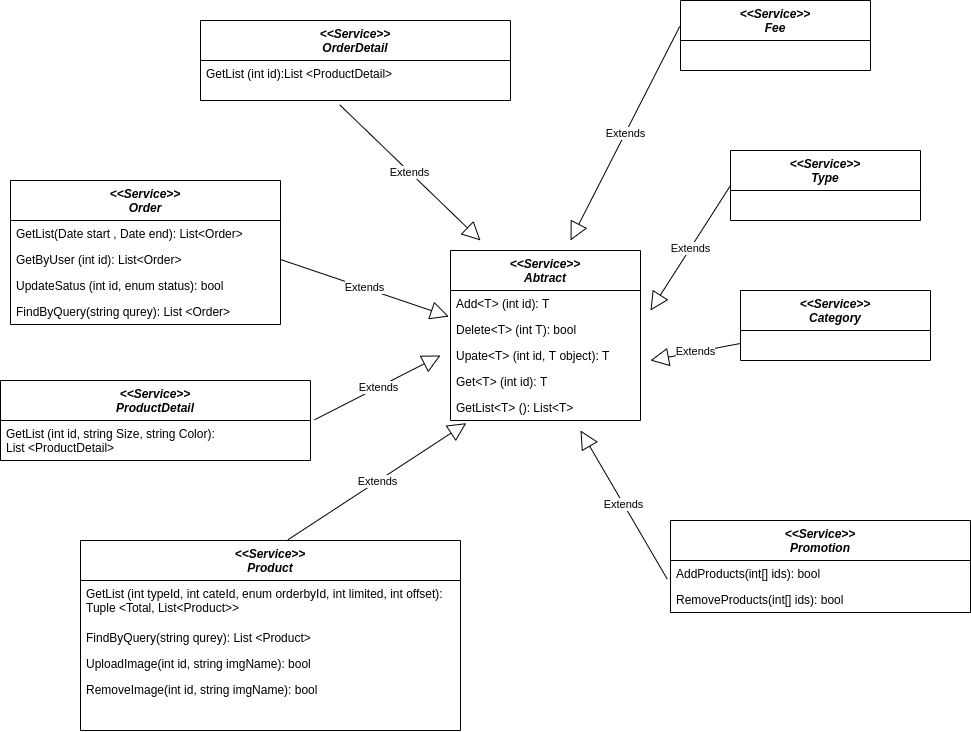
The draw.io diagram docs/service diagram.png in vtoan/fashion-ecom-ns, before a commit. Source tidied: cells renumbered, new cells last; positions are measured from the earlier drawing's top-left corner, leaving out a move shared by most shapes. Its diagram source:
```xml
<mxGraphModel>
  <root>
    <mxCell id="0" />
    <mxCell id="1" parent="0" />
    <mxCell id="2" value="&lt;&lt;Service&gt;&gt;&#10;Product" style="swimlane;fontStyle=3;align=center;verticalAlign=top;horizontal=1;startSize=40;rounded=0;shadow=0;strokeWidth=1;" parent="1" vertex="1">
      <mxGeometry x="80" y="540" width="380" height="190" as="geometry" />
    </mxCell>
    <mxCell id="3" value="GetList (int typeId, int cateId, enum orderbyId, int limited, int offset): &#10;Tuple &lt;Total, List&lt;Product&gt;&gt;" style="text;align=left;verticalAlign=top;spacingLeft=4;spacingRight=4;overflow=hidden;" parent="2" vertex="1">
      <mxGeometry y="40" width="380" height="44" as="geometry" />
    </mxCell>
    <mxCell id="4" value="FindByQuery(string qurey): List &lt;Product&gt;" style="text;align=left;verticalAlign=top;spacingLeft=4;spacingRight=4;overflow=hidden;rounded=0;shadow=0;html=0;" parent="2" vertex="1">
      <mxGeometry y="84" width="380" height="26" as="geometry" />
    </mxCell>
    <mxCell id="5" value="UploadImage(int id, string imgName): bool" style="text;align=left;verticalAlign=top;spacingLeft=4;spacingRight=4;overflow=hidden;rounded=0;shadow=0;html=0;" parent="2" vertex="1">
      <mxGeometry y="110" width="380" height="26" as="geometry" />
    </mxCell>
    <mxCell id="6" value="RemoveImage(int id, string imgName): bool" style="text;align=left;verticalAlign=top;spacingLeft=4;spacingRight=4;overflow=hidden;rounded=0;shadow=0;html=0;" parent="2" vertex="1">
      <mxGeometry y="136" width="380" height="26" as="geometry" />
    </mxCell>
    <mxCell id="7" value="&lt;&lt;Service&gt;&gt;&#10;Abtract" style="swimlane;fontStyle=3;align=center;verticalAlign=top;horizontal=1;startSize=40;rounded=0;shadow=0;strokeWidth=1;" parent="1" vertex="1">
      <mxGeometry x="450" y="250" width="190" height="170" as="geometry" />
    </mxCell>
    <mxCell id="8" value="Add&lt;T&gt; (int id): T" style="text;align=left;verticalAlign=top;spacingLeft=4;spacingRight=4;overflow=hidden;" parent="7" vertex="1">
      <mxGeometry y="40" width="190" height="26" as="geometry" />
    </mxCell>
    <mxCell id="9" value="Delete&lt;T&gt; (int T): bool" style="text;align=left;verticalAlign=top;spacingLeft=4;spacingRight=4;overflow=hidden;points=[[0,0.5],[1,0.5]];portConstraint=eastwest;rounded=0;shadow=0;html=0;" parent="7" vertex="1">
      <mxGeometry y="66" width="190" height="26" as="geometry" />
    </mxCell>
    <mxCell id="10" value="Upate&lt;T&gt; (int id, T object): T" style="text;align=left;verticalAlign=top;spacingLeft=4;spacingRight=4;overflow=hidden;rounded=0;shadow=0;html=0;" parent="7" vertex="1">
      <mxGeometry y="92" width="190" height="26" as="geometry" />
    </mxCell>
    <mxCell id="11" value="Get&lt;T&gt; (int id): T" style="text;align=left;verticalAlign=top;spacingLeft=4;spacingRight=4;overflow=hidden;rounded=0;shadow=0;html=0;" parent="7" vertex="1">
      <mxGeometry y="118" width="190" height="26" as="geometry" />
    </mxCell>
    <mxCell id="12" value="GetList&lt;T&gt; (): List&lt;T&gt;" style="text;align=left;verticalAlign=top;spacingLeft=4;spacingRight=4;overflow=hidden;points=[[0,0.5],[1,0.5]];portConstraint=eastwest;rounded=0;shadow=0;html=0;" parent="7" vertex="1">
      <mxGeometry y="144" width="190" height="26" as="geometry" />
    </mxCell>
    <mxCell id="13" value="&lt;&lt;Service&gt;&gt;&#10;Type" style="swimlane;fontStyle=3;align=center;verticalAlign=top;horizontal=1;startSize=40;rounded=0;shadow=0;strokeWidth=1;" parent="1" vertex="1">
      <mxGeometry x="730" y="150" width="190" height="70" as="geometry" />
    </mxCell>
    <mxCell id="14" value="&lt;&lt;Service&gt;&gt;&#10;Category" style="swimlane;fontStyle=3;align=center;verticalAlign=top;horizontal=1;startSize=40;rounded=0;shadow=0;strokeWidth=1;" parent="1" vertex="1">
      <mxGeometry x="740" y="290" width="190" height="70" as="geometry" />
    </mxCell>
    <mxCell id="15" value="&lt;&lt;Service&gt;&gt;&#10;Fee" style="swimlane;fontStyle=3;align=center;verticalAlign=top;horizontal=1;startSize=40;rounded=0;shadow=0;strokeWidth=1;" parent="1" vertex="1">
      <mxGeometry x="680" width="190" height="70" as="geometry" />
    </mxCell>
    <mxCell id="16" value="&lt;&lt;Service&gt;&gt;&#10;ProductDetail" style="swimlane;fontStyle=3;align=center;verticalAlign=top;horizontal=1;startSize=40;rounded=0;shadow=0;strokeWidth=1;" parent="1" vertex="1">
      <mxGeometry y="380" width="310" height="80" as="geometry" />
    </mxCell>
    <mxCell id="17" value="GetList (int id, string Size, string Color): &#10;List &lt;ProductDetail&gt;" style="text;align=left;verticalAlign=top;spacingLeft=4;spacingRight=4;overflow=hidden;points=[[0,0.5],[1,0.5]];portConstraint=eastwest;rounded=0;shadow=0;html=0;" parent="16" vertex="1">
      <mxGeometry y="40" width="310" height="40" as="geometry" />
    </mxCell>
    <mxCell id="18" value="&lt;&lt;Service&gt;&gt;&#10;Order" style="swimlane;fontStyle=3;align=center;verticalAlign=top;horizontal=1;startSize=40;rounded=0;shadow=0;strokeWidth=1;" parent="1" vertex="1">
      <mxGeometry x="10" y="180" width="270" height="144" as="geometry" />
    </mxCell>
    <mxCell id="19" value="GetList(Date start , Date end): List&lt;Order&gt;" style="text;align=left;verticalAlign=top;spacingLeft=4;spacingRight=4;overflow=hidden;rounded=0;shadow=0;html=0;" parent="18" vertex="1">
      <mxGeometry y="40" width="270" height="26" as="geometry" />
    </mxCell>
    <mxCell id="20" value="GetByUser (int id): List&lt;Order&gt;" style="text;align=left;verticalAlign=top;spacingLeft=4;spacingRight=4;overflow=hidden;points=[[0,0.5],[1,0.5]];portConstraint=eastwest;rounded=0;shadow=0;html=0;" parent="18" vertex="1">
      <mxGeometry y="66" width="270" height="26" as="geometry" />
    </mxCell>
    <mxCell id="21" value="UpdateSatus (int id, enum status): bool" style="text;align=left;verticalAlign=top;spacingLeft=4;spacingRight=4;overflow=hidden;rounded=0;shadow=0;html=0;" parent="18" vertex="1">
      <mxGeometry y="92" width="270" height="26" as="geometry" />
    </mxCell>
    <mxCell id="22" value="FindByQuery(string qurey): List &lt;Order&gt;" style="text;align=left;verticalAlign=top;spacingLeft=4;spacingRight=4;overflow=hidden;rounded=0;shadow=0;html=0;" parent="18" vertex="1">
      <mxGeometry y="118" width="270" height="26" as="geometry" />
    </mxCell>
    <mxCell id="23" value="&lt;&lt;Service&gt;&gt;&#10;OrderDetail" style="swimlane;fontStyle=3;align=center;verticalAlign=top;horizontal=1;startSize=40;rounded=0;shadow=0;strokeWidth=1;" parent="1" vertex="1">
      <mxGeometry x="200" y="20" width="310" height="80" as="geometry" />
    </mxCell>
    <mxCell id="24" value="GetList (int id):List &lt;ProductDetail&gt;" style="text;align=left;verticalAlign=top;spacingLeft=4;spacingRight=4;overflow=hidden;points=[[0,0.5],[1,0.5]];portConstraint=eastwest;rounded=0;shadow=0;html=0;" parent="23" vertex="1">
      <mxGeometry y="40" width="310" height="40" as="geometry" />
    </mxCell>
    <mxCell id="25" value="Extends" style="endArrow=block;endSize=16;endFill=0;html=1;exitX=0.546;exitY=-0.004;exitDx=0;exitDy=0;exitPerimeter=0;entryX=0.083;entryY=1.103;entryDx=0;entryDy=0;entryPerimeter=0;" parent="1" edge="1" source="2" target="12">
      <mxGeometry relative="1" as="geometry" />
    </mxCell>
    <mxCell id="26" value="Extends" style="endArrow=block;endSize=16;endFill=0;html=1;exitX=1.013;exitY=-0.017;exitDx=0;exitDy=0;exitPerimeter=0;" parent="1" edge="1" source="17">
      <mxGeometry relative="1" as="geometry">
        <mxPoint x="440" y="355" as="targetPoint" />
      </mxGeometry>
    </mxCell>
    <mxCell id="27" value="Extends" style="endArrow=block;endSize=16;endFill=0;html=1;exitX=1;exitY=0.5;exitDx=0;exitDy=0;entryX=-0.009;entryY=0;entryDx=0;entryDy=0;entryPerimeter=0;" parent="1" edge="1" source="20" target="9">
      <mxGeometry relative="1" as="geometry" />
    </mxCell>
    <mxCell id="28" value="Extends" style="endArrow=block;endSize=16;endFill=0;html=1;exitX=0.449;exitY=1.108;exitDx=0;exitDy=0;exitPerimeter=0;" parent="1" edge="1" source="24">
      <mxGeometry relative="1" as="geometry">
        <mxPoint x="480" y="240" as="targetPoint" />
      </mxGeometry>
    </mxCell>
    <mxCell id="29" value="Extends" style="endArrow=block;endSize=16;endFill=0;html=1;exitX=-0.004;exitY=0.371;exitDx=0;exitDy=0;exitPerimeter=0;" parent="1" edge="1" source="15">
      <mxGeometry relative="1" as="geometry">
        <mxPoint x="570" y="240" as="targetPoint" />
      </mxGeometry>
    </mxCell>
    <mxCell id="30" value="Extends" style="endArrow=block;endSize=16;endFill=0;html=1;exitX=-0.011;exitY=0.712;exitDx=0;exitDy=0;exitPerimeter=0;" parent="1" edge="1" source="34">
      <mxGeometry relative="1" as="geometry">
        <mxPoint x="580" y="430" as="targetPoint" />
      </mxGeometry>
    </mxCell>
    <mxCell id="31" value="Extends" style="endArrow=block;endSize=16;endFill=0;html=1;exitX=0;exitY=0.5;exitDx=0;exitDy=0;" parent="1" edge="1" source="13">
      <mxGeometry relative="1" as="geometry">
        <mxPoint x="650" y="310" as="targetPoint" />
      </mxGeometry>
    </mxCell>
    <mxCell id="32" value="Extends" style="endArrow=block;endSize=16;endFill=0;html=1;" parent="1" edge="1" source="14">
      <mxGeometry relative="1" as="geometry">
        <mxPoint x="650" y="360" as="targetPoint" />
      </mxGeometry>
    </mxCell>
    <mxCell id="33" value="&lt;&lt;Service&gt;&gt;&#10;Promotion" style="swimlane;fontStyle=3;align=center;verticalAlign=top;horizontal=1;startSize=40;rounded=0;shadow=0;strokeWidth=1;" parent="1" vertex="1">
      <mxGeometry x="670" y="520" width="300" height="92" as="geometry" />
    </mxCell>
    <mxCell id="34" value="AddProducts(int[] ids): bool" style="text;align=left;verticalAlign=top;spacingLeft=4;spacingRight=4;overflow=hidden;points=[[0,0.5],[1,0.5]];portConstraint=eastwest;rounded=0;shadow=0;html=0;" parent="33" vertex="1">
      <mxGeometry y="40" width="300" height="26" as="geometry" />
    </mxCell>
    <mxCell id="35" value="RemoveProducts(int[] ids): bool" style="text;align=left;verticalAlign=top;spacingLeft=4;spacingRight=4;overflow=hidden;rounded=0;shadow=0;html=0;" parent="33" vertex="1">
      <mxGeometry y="66" width="300" height="26" as="geometry" />
    </mxCell>
  </root>
</mxGraphModel>
```
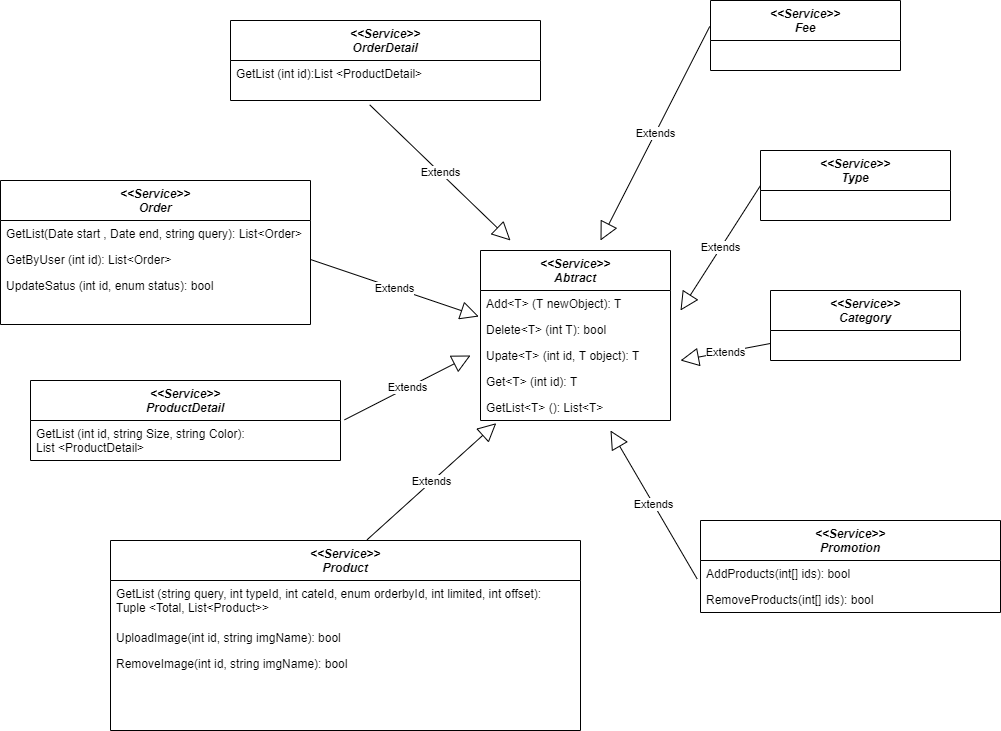
Later version of the same file.

Commit message:
update service diagrams

Diff of the diagram source:
```diff
@@ -3,24 +3,21 @@
     <mxCell id="0" />
     <mxCell id="1" parent="0" />
     <mxCell id="2" value="&lt;&lt;Service&gt;&gt;&#10;Product" style="swimlane;fontStyle=3;align=center;verticalAlign=top;horizontal=1;startSize=40;rounded=0;shadow=0;strokeWidth=1;" parent="1" vertex="1">
-      <mxGeometry x="80" y="540" width="380" height="190" as="geometry" />
+      <mxGeometry x="80" y="540" width="470" height="190" as="geometry" />
     </mxCell>
-    <mxCell id="3" value="GetList (int typeId, int cateId, enum orderbyId, int limited, int offset): &#10;Tuple &lt;Total, List&lt;Product&gt;&gt;" style="text;align=left;verticalAlign=top;spacingLeft=4;spacingRight=4;overflow=hidden;" parent="2" vertex="1">
-      <mxGeometry y="40" width="380" height="44" as="geometry" />
+    <mxCell id="3" value="GetList (string query, int typeId, int cateId, enum orderbyId, int limited, int offset): &#10;Tuple &lt;Total, List&lt;Product&gt;&gt;" style="text;align=left;verticalAlign=top;spacingLeft=4;spacingRight=4;overflow=hidden;" parent="2" vertex="1">
+      <mxGeometry y="40" width="470" height="44" as="geometry" />
     </mxCell>
-    <mxCell id="4" value="FindByQuery(string qurey): List &lt;Product&gt;" style="text;align=left;verticalAlign=top;spacingLeft=4;spacingRight=4;overflow=hidden;rounded=0;shadow=0;html=0;" parent="2" vertex="1">
-      <mxGeometry y="84" width="380" height="26" as="geometry" />
-    </mxCell>
     <mxCell id="5" value="UploadImage(int id, string imgName): bool" style="text;align=left;verticalAlign=top;spacingLeft=4;spacingRight=4;overflow=hidden;rounded=0;shadow=0;html=0;" parent="2" vertex="1">
-      <mxGeometry y="110" width="380" height="26" as="geometry" />
+      <mxGeometry y="84" width="470" height="26" as="geometry" />
     </mxCell>
     <mxCell id="6" value="RemoveImage(int id, string imgName): bool" style="text;align=left;verticalAlign=top;spacingLeft=4;spacingRight=4;overflow=hidden;rounded=0;shadow=0;html=0;" parent="2" vertex="1">
-      <mxGeometry y="136" width="380" height="26" as="geometry" />
+      <mxGeometry y="110" width="470" height="26" as="geometry" />
     </mxCell>
     <mxCell id="7" value="&lt;&lt;Service&gt;&gt;&#10;Abtract" style="swimlane;fontStyle=3;align=center;verticalAlign=top;horizontal=1;startSize=40;rounded=0;shadow=0;strokeWidth=1;" parent="1" vertex="1">
       <mxGeometry x="450" y="250" width="190" height="170" as="geometry" />
     </mxCell>
-    <mxCell id="8" value="Add&lt;T&gt; (int id): T" style="text;align=left;verticalAlign=top;spacingLeft=4;spacingRight=4;overflow=hidden;" parent="7" vertex="1">
+    <mxCell id="8" value="Add&lt;T&gt; (T newObject): T" style="text;align=left;verticalAlign=top;spacingLeft=4;spacingRight=4;overflow=hidden;" parent="7" vertex="1">
       <mxGeometry y="40" width="190" height="26" as="geometry" />
     </mxCell>
     <mxCell id="9" value="Delete&lt;T&gt; (int T): bool" style="text;align=left;verticalAlign=top;spacingLeft=4;spacingRight=4;overflow=hidden;points=[[0,0.5],[1,0.5]];portConstraint=eastwest;rounded=0;shadow=0;html=0;" parent="7" vertex="1">
@@ -51,20 +48,17 @@
       <mxGeometry y="40" width="310" height="40" as="geometry" />
     </mxCell>
     <mxCell id="18" value="&lt;&lt;Service&gt;&gt;&#10;Order" style="swimlane;fontStyle=3;align=center;verticalAlign=top;horizontal=1;startSize=40;rounded=0;shadow=0;strokeWidth=1;" parent="1" vertex="1">
-      <mxGeometry x="10" y="180" width="270" height="144" as="geometry" />
+      <mxGeometry x="-30" y="180" width="310" height="144" as="geometry" />
     </mxCell>
-    <mxCell id="19" value="GetList(Date start , Date end): List&lt;Order&gt;" style="text;align=left;verticalAlign=top;spacingLeft=4;spacingRight=4;overflow=hidden;rounded=0;shadow=0;html=0;" parent="18" vertex="1">
-      <mxGeometry y="40" width="270" height="26" as="geometry" />
+    <mxCell id="19" value="GetList(Date start , Date end, string query): List&lt;Order&gt;" style="text;align=left;verticalAlign=top;spacingLeft=4;spacingRight=4;overflow=hidden;rounded=0;shadow=0;html=0;" parent="18" vertex="1">
+      <mxGeometry y="40" width="310" height="26" as="geometry" />
     </mxCell>
     <mxCell id="20" value="GetByUser (int id): List&lt;Order&gt;" style="text;align=left;verticalAlign=top;spacingLeft=4;spacingRight=4;overflow=hidden;points=[[0,0.5],[1,0.5]];portConstraint=eastwest;rounded=0;shadow=0;html=0;" parent="18" vertex="1">
-      <mxGeometry y="66" width="270" height="26" as="geometry" />
+      <mxGeometry y="66" width="310" height="26" as="geometry" />
     </mxCell>
     <mxCell id="21" value="UpdateSatus (int id, enum status): bool" style="text;align=left;verticalAlign=top;spacingLeft=4;spacingRight=4;overflow=hidden;rounded=0;shadow=0;html=0;" parent="18" vertex="1">
-      <mxGeometry y="92" width="270" height="26" as="geometry" />
+      <mxGeometry y="92" width="310" height="26" as="geometry" />
     </mxCell>
-    <mxCell id="22" value="FindByQuery(string qurey): List &lt;Order&gt;" style="text;align=left;verticalAlign=top;spacingLeft=4;spacingRight=4;overflow=hidden;rounded=0;shadow=0;html=0;" parent="18" vertex="1">
-      <mxGeometry y="118" width="270" height="26" as="geometry" />
-    </mxCell>
     <mxCell id="23" value="&lt;&lt;Service&gt;&gt;&#10;OrderDetail" style="swimlane;fontStyle=3;align=center;verticalAlign=top;horizontal=1;startSize=40;rounded=0;shadow=0;strokeWidth=1;" parent="1" vertex="1">
       <mxGeometry x="200" y="20" width="310" height="80" as="geometry" />
     </mxCell>
```
